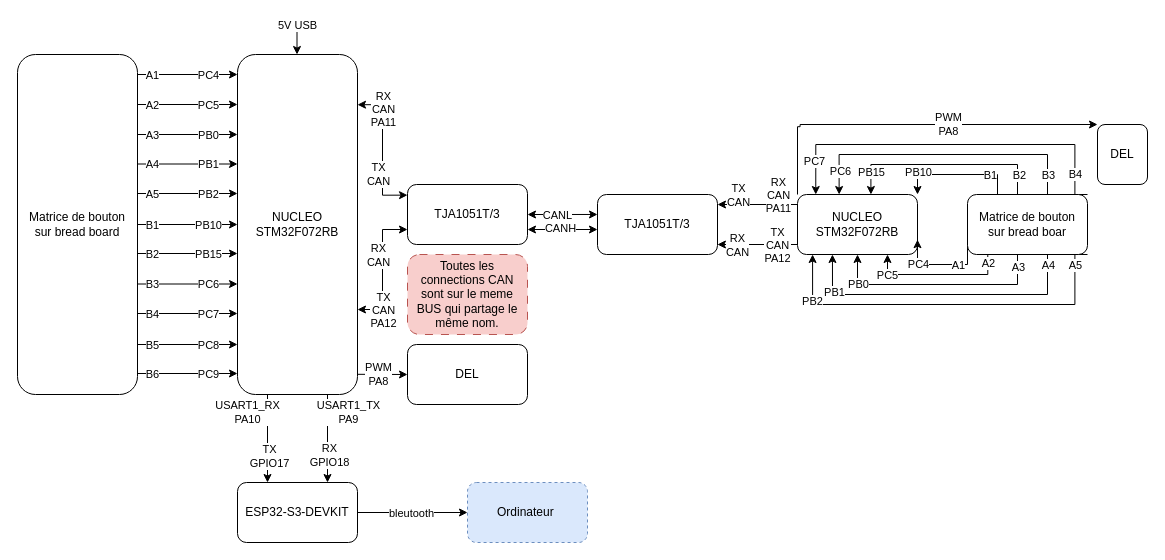
Before: Test1.drawio in McJorts/Devoir, a draw.io diagram. Source tidied: cells renumbered, new cells numbered last; positions are measured from the earlier drawing's top-left corner, leaving out a move shared by most shapes. Both pictures are drawn from the tidied source at 100%, with x=0, y=0 at pixel (17, 24).
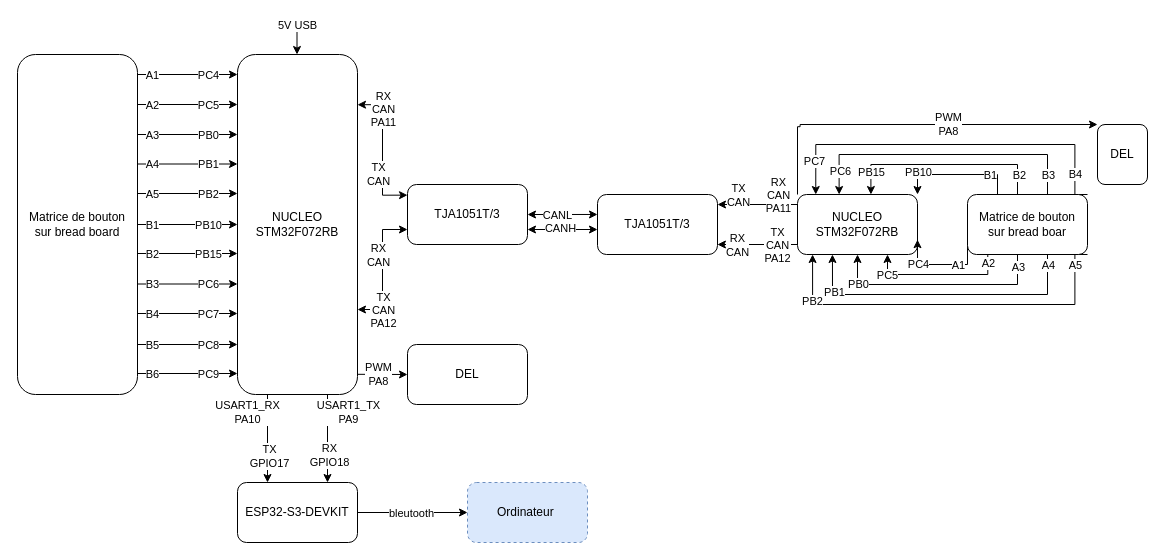
After the change.

What changed in the source:
```diff
@@
-    <mxCell id="101" value="Toutes les connections CAN sont sur le meme BUS qui partage le même nom." style="rounded=1;whiteSpace=wrap;html=1;roundedPerimeter=1;fillColor=#f8cecc;strokeColor=#b85450;dashed=1;dashPattern=8 8;" parent="1" vertex="1">
-      <mxGeometry x="390" y="230" width="120" height="80" as="geometry" />
-    </mxCell>
```
